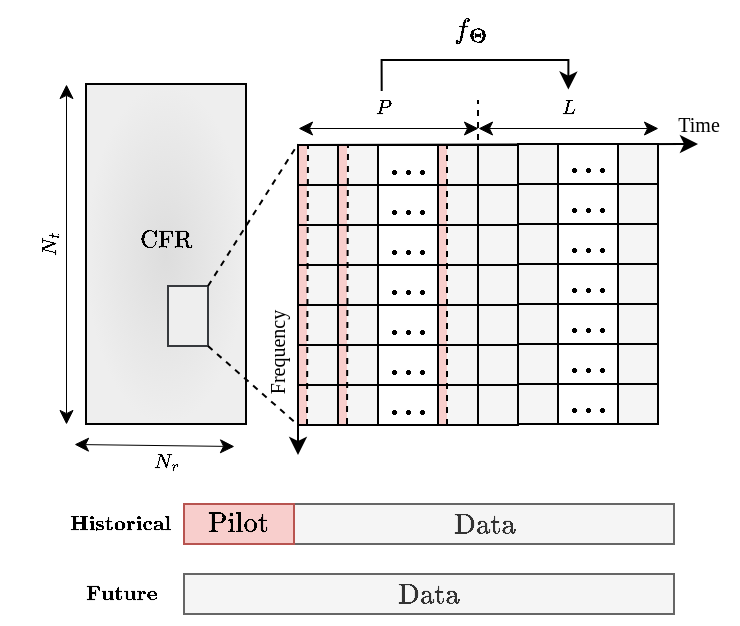
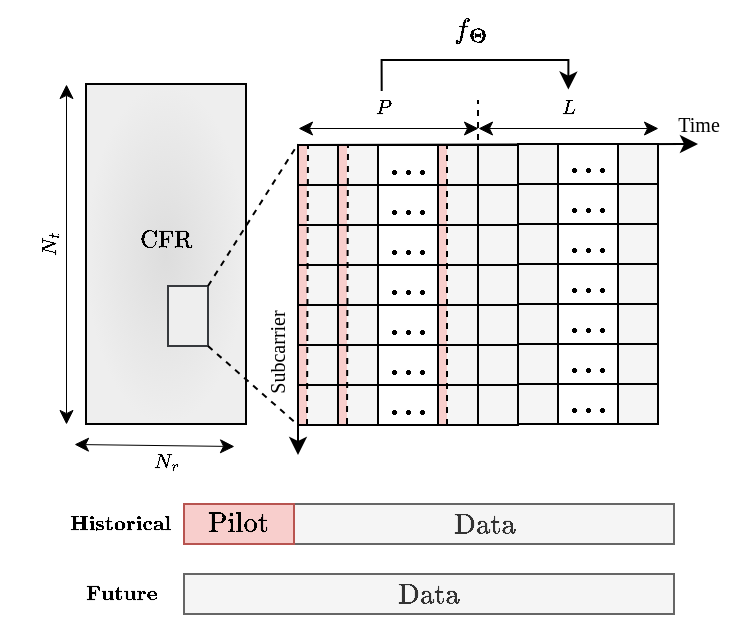
<mxfile host="app.diagrams.net" agent="Mozilla/5.0 (Macintosh; Intel Mac OS X 10_15_7) AppleWebKit/537.36 (KHTML, like Gecko) Chrome/141.0.0.0 Safari/537.36 Edg/141.0.0.0">
  <diagram name="第 1 页" id="D2adrHRu20BCA5vovUWD">
-     <mxGraphModel dx="774" dy="547" grid="1" gridSize="10" guides="1" tooltips="1" connect="1" arrows="1" fold="1" page="1" pageScale="1" pageWidth="850" pageHeight="1100" math="1" shadow="0">
+     <mxGraphModel dx="516" dy="365" grid="1" gridSize="10" guides="1" tooltips="1" connect="1" arrows="1" fold="1" page="1" pageScale="1" pageWidth="850" pageHeight="1100" math="1" shadow="0">
      <root>
        <mxCell id="0" />
        <mxCell id="1" parent="0" />
-         <mxCell id="vL8rOUMA7y1sfk7vwX27-157" parent="1" style="text;html=1;align=center;verticalAlign=middle;resizable=0;points=[];autosize=1;strokeColor=none;fillColor=none;rotation=-90;" value="&lt;font face=&quot;Times New Roman&quot; style=&quot;font-size: 10px;&quot;&gt;Frequency&lt;/font&gt;" vertex="1">
+         <mxCell id="vL8rOUMA7y1sfk7vwX27-157" parent="1" style="text;html=1;align=center;verticalAlign=middle;resizable=0;points=[];autosize=1;strokeColor=none;fillColor=none;rotation=-90;" value="&lt;font face=&quot;Times New Roman&quot;&gt;&lt;span style=&quot;font-size: 10px;&quot;&gt;Subcarrier&lt;/span&gt;&lt;/font&gt;" vertex="1">
          <mxGeometry height="30" width="70" x="140" y="199.5" as="geometry" />
        </mxCell>
        <mxCell id="vL8rOUMA7y1sfk7vwX27-163" parent="1" style="rounded=0;whiteSpace=wrap;html=1;fillColor=#DDDDDD;fillStyle=auto;gradientColor=#EEEEEE;gradientDirection=radial;" value="&lt;font face=&quot;Times New Roman&quot;&gt;\[\mathrm{CFR}\]&lt;/font&gt;&lt;div&gt;&lt;font face=&quot;Times New Roman&quot;&gt;&lt;span style=&quot;font-size: 10px;&quot;&gt;&lt;br&gt;&lt;/span&gt;&lt;/font&gt;&lt;/div&gt;" vertex="1">
          <mxGeometry height="170" width="80" x="80" y="80" as="geometry" />
        </mxCell>
        <mxCell id="vL8rOUMA7y1sfk7vwX27-164" parent="1" style="rounded=0;whiteSpace=wrap;html=1;rotation=0;fillColor=#eeeeee;strokeColor=#36393d;" value="" vertex="1">
          <mxGeometry height="30" width="20" x="121" y="181" as="geometry" />
        </mxCell>
        <mxCell id="vL8rOUMA7y1sfk7vwX27-165" edge="1" parent="1" source="vL8rOUMA7y1sfk7vwX27-164" style="endArrow=none;dashed=1;html=1;rounded=0;exitX=1;exitY=1;exitDx=0;exitDy=0;entryX=0;entryY=1;entryDx=0;entryDy=0;" target="vL8rOUMA7y1sfk7vwX27-77" value="">
          <mxGeometry height="50" relative="1" width="50" as="geometry">
            <mxPoint x="131" y="215" as="sourcePoint" />
            <mxPoint x="206" y="260" as="targetPoint" />
          </mxGeometry>
        </mxCell>
        <mxCell id="vL8rOUMA7y1sfk7vwX27-166" edge="1" parent="1" source="vL8rOUMA7y1sfk7vwX27-164" style="endArrow=none;dashed=1;html=1;rounded=0;exitX=1;exitY=0;exitDx=0;exitDy=0;" value="">
          <mxGeometry height="50" relative="1" width="50" as="geometry">
            <mxPoint x="131" y="185" as="sourcePoint" />
            <mxPoint x="186" y="110" as="targetPoint" />
          </mxGeometry>
        </mxCell>
        <mxCell id="vL8rOUMA7y1sfk7vwX27-167" edge="1" parent="1" style="endArrow=classic;startArrow=classic;html=1;rounded=0;strokeWidth=0.5;" value="">
          <mxGeometry height="50" relative="1" width="50" as="geometry">
            <mxPoint x="74" y="260" as="sourcePoint" />
            <mxPoint x="154" y="261" as="targetPoint" />
          </mxGeometry>
        </mxCell>
        <mxCell id="vL8rOUMA7y1sfk7vwX27-168" parent="1" style="text;html=1;align=center;verticalAlign=middle;resizable=0;points=[];autosize=1;strokeColor=none;fillColor=none;" value="&lt;font face=&quot;Times New Roman&quot; style=&quot;font-size: 10px;&quot;&gt;\[N_r\]&lt;/font&gt;" vertex="1">
          <mxGeometry height="30" width="50" x="95" y="254" as="geometry" />
        </mxCell>
        <mxCell id="vL8rOUMA7y1sfk7vwX27-169" parent="1" style="text;html=1;align=center;verticalAlign=middle;resizable=0;points=[];autosize=1;strokeColor=none;fillColor=none;rotation=-90;" value="&lt;font face=&quot;Times New Roman&quot; style=&quot;font-size: 10px;&quot;&gt;\[N_t\]&lt;/font&gt;" vertex="1">
          <mxGeometry height="30" width="50" x="37" y="145" as="geometry" />
        </mxCell>
        <mxCell id="vL8rOUMA7y1sfk7vwX27-170" edge="1" parent="1" style="endArrow=classic;startArrow=classic;html=1;rounded=0;strokeWidth=0.5;" value="">
          <mxGeometry height="50" relative="1" width="50" as="geometry">
            <mxPoint x="70" y="250" as="sourcePoint" />
            <mxPoint x="70" y="80" as="targetPoint" />
          </mxGeometry>
        </mxCell>
        <mxCell id="vL8rOUMA7y1sfk7vwX27-160" parent="1" style="text;html=1;align=center;verticalAlign=middle;resizable=0;points=[];autosize=1;strokeColor=none;fillColor=none;container=0;" value="&lt;font face=&quot;Times New Roman&quot; style=&quot;font-size: 10px;&quot;&gt;\[P\]&lt;/font&gt;" vertex="1">
          <mxGeometry height="40" width="30" x="213" y="72" as="geometry" />
        </mxCell>
        <mxCell id="vL8rOUMA7y1sfk7vwX27-162" parent="1" style="text;html=1;align=center;verticalAlign=middle;resizable=0;points=[];autosize=1;strokeColor=none;fillColor=none;container=0;" value="&lt;font face=&quot;Times New Roman&quot;&gt;&lt;span style=&quot;font-size: 10px;&quot;&gt;\[L\]&lt;/span&gt;&lt;/font&gt;" vertex="1">
          <mxGeometry height="40" width="30" x="306" y="72" as="geometry" />
        </mxCell>
        <mxCell id="vL8rOUMA7y1sfk7vwX27-196" parent="1" style="rounded=0;whiteSpace=wrap;html=1;fillColor=#f5f5f5;strokeColor=#666666;fontColor=#333333;" value="\[\mathrm{Data}\]" vertex="1">
          <mxGeometry height="20" width="190" x="184" y="290" as="geometry" />
        </mxCell>
        <mxCell id="vL8rOUMA7y1sfk7vwX27-197" parent="1" style="rounded=0;whiteSpace=wrap;html=1;fillColor=#f8cecc;strokeColor=#b85450;" value="\[\mathrm{Pilot}\]" vertex="1">
          <mxGeometry height="20" width="55" x="129" y="290" as="geometry" />
        </mxCell>
        <mxCell id="vL8rOUMA7y1sfk7vwX27-74" edge="1" parent="1" style="endArrow=classic;html=1;rounded=0;exitX=0;exitY=0;exitDx=0;exitDy=0;" value="">
          <mxGeometry height="50" relative="1" width="50" as="geometry">
            <mxPoint x="186" y="110.5" as="sourcePoint" />
            <mxPoint x="386" y="110" as="targetPoint" />
          </mxGeometry>
        </mxCell>
        <mxCell id="vL8rOUMA7y1sfk7vwX27-75" edge="1" parent="1" source="vL8rOUMA7y1sfk7vwX27-138" style="endArrow=classic;html=1;rounded=0;fillColor=#f5f5f5;strokeColor=#000000;exitX=0;exitY=0;exitDx=0;exitDy=0;" value="">
          <mxGeometry height="50" relative="1" width="50" as="geometry">
            <mxPoint x="186" y="90.5" as="sourcePoint" />
            <mxPoint x="186" y="265.5" as="targetPoint" />
          </mxGeometry>
        </mxCell>
        <mxCell id="vL8rOUMA7y1sfk7vwX27-158" edge="1" parent="1" style="endArrow=none;html=1;rounded=0;entryX=1;entryY=1;entryDx=0;entryDy=0;dashed=1;" value="">
          <mxGeometry height="50" relative="1" width="50" as="geometry">
            <mxPoint x="276" y="108" as="sourcePoint" />
            <mxPoint x="276" y="88" as="targetPoint" />
          </mxGeometry>
        </mxCell>
        <mxCell id="vL8rOUMA7y1sfk7vwX27-77" parent="1" style="rounded=0;whiteSpace=wrap;html=1;fillColor=#f5f5f5;strokeColor=#000000;container=0;fontColor=#333333;" value="" vertex="1">
          <mxGeometry height="20" width="20" x="186" y="230.5" as="geometry" />
        </mxCell>
        <mxCell id="vL8rOUMA7y1sfk7vwX27-78" parent="1" style="rounded=0;whiteSpace=wrap;html=1;fillColor=#f5f5f5;strokeColor=#000000;container=0;fontColor=#333333;" value="" vertex="1">
          <mxGeometry height="20" width="20" x="206" y="230.5" as="geometry" />
        </mxCell>
        <mxCell id="vL8rOUMA7y1sfk7vwX27-80" parent="1" style="rounded=0;whiteSpace=wrap;html=1;container=0;" value="&lt;b&gt;\[\mathbf{...}\]&lt;/b&gt;" vertex="1">
          <mxGeometry height="20" width="30" x="226" y="230.5" as="geometry" />
        </mxCell>
        <mxCell id="vL8rOUMA7y1sfk7vwX27-79" parent="1" style="rounded=0;whiteSpace=wrap;html=1;fillColor=#f5f5f5;strokeColor=#000000;container=0;fontColor=#333333;" value="" vertex="1">
          <mxGeometry height="20" width="20" x="256" y="230.5" as="geometry" />
        </mxCell>
        <mxCell id="vL8rOUMA7y1sfk7vwX27-90" parent="1" style="rounded=0;whiteSpace=wrap;html=1;fillColor=#f5f5f5;strokeColor=#000000;container=0;fontColor=#333333;" value="" vertex="1">
          <mxGeometry height="20" width="20" x="256" y="210.5" as="geometry" />
        </mxCell>
        <mxCell id="vL8rOUMA7y1sfk7vwX27-100" parent="1" style="rounded=0;whiteSpace=wrap;html=1;fillColor=#f5f5f5;strokeColor=#000000;container=0;fontColor=#333333;" value="" vertex="1">
          <mxGeometry height="20" width="20" x="256" y="170.5" as="geometry" />
        </mxCell>
        <mxCell id="vL8rOUMA7y1sfk7vwX27-110" parent="1" style="rounded=0;whiteSpace=wrap;html=1;fillColor=#f5f5f5;strokeColor=#000000;container=0;fontColor=#333333;" value="" vertex="1">
          <mxGeometry height="20" width="20" x="256" y="190.5" as="geometry" />
        </mxCell>
        <mxCell id="vL8rOUMA7y1sfk7vwX27-120" parent="1" style="rounded=0;whiteSpace=wrap;html=1;fillColor=#f5f5f5;strokeColor=#000000;container=0;fontColor=#333333;" value="" vertex="1">
          <mxGeometry height="20" width="20" x="256" y="150.5" as="geometry" />
        </mxCell>
        <mxCell id="vL8rOUMA7y1sfk7vwX27-130" parent="1" style="rounded=0;whiteSpace=wrap;html=1;fillColor=#f5f5f5;strokeColor=#000000;container=0;fontColor=#333333;" value="" vertex="1">
          <mxGeometry height="20" width="20" x="256" y="130.5" as="geometry" />
        </mxCell>
        <mxCell id="vL8rOUMA7y1sfk7vwX27-140" parent="1" style="rounded=0;whiteSpace=wrap;html=1;fillColor=#f5f5f5;strokeColor=#000000;container=0;fontColor=#333333;" value="" vertex="1">
          <mxGeometry height="20" width="20" x="256" y="110.5" as="geometry" />
        </mxCell>
        <mxCell id="vL8rOUMA7y1sfk7vwX27-161" edge="1" parent="1" style="endArrow=classic;startArrow=classic;html=1;rounded=0;strokeWidth=0.5;" value="">
          <mxGeometry height="50" relative="1" width="50" as="geometry">
            <mxPoint x="276" y="102" as="sourcePoint" />
            <mxPoint x="366" y="102" as="targetPoint" />
          </mxGeometry>
        </mxCell>
        <mxCell id="vL8rOUMA7y1sfk7vwX27-159" edge="1" parent="1" style="endArrow=classic;startArrow=classic;html=1;rounded=0;strokeWidth=0.5;" value="">
          <mxGeometry height="50" relative="1" width="50" as="geometry">
            <mxPoint x="186" y="102" as="sourcePoint" />
            <mxPoint x="276" y="102" as="targetPoint" />
          </mxGeometry>
        </mxCell>
        <mxCell id="vL8rOUMA7y1sfk7vwX27-146" parent="1" style="rounded=0;whiteSpace=wrap;html=1;fillColor=#f5f5f5;strokeColor=#000000;container=0;fontColor=#333333;" value="" vertex="1">
          <mxGeometry height="20" width="20" x="296" y="110" as="geometry" />
        </mxCell>
        <mxCell id="vL8rOUMA7y1sfk7vwX27-172" parent="1" style="rounded=0;whiteSpace=wrap;html=1;container=0;" value="&lt;b&gt;\[\mathbf{...}\]&lt;/b&gt;" vertex="1">
          <mxGeometry height="20" width="30" x="316" y="230" as="geometry" />
        </mxCell>
        <mxCell id="vL8rOUMA7y1sfk7vwX27-173" parent="1" style="rounded=0;whiteSpace=wrap;html=1;container=0;" value="&lt;b&gt;\[\mathbf{...}\]&lt;/b&gt;" vertex="1">
          <mxGeometry height="20" width="30" x="316" y="210" as="geometry" />
        </mxCell>
        <mxCell id="vL8rOUMA7y1sfk7vwX27-174" parent="1" style="rounded=0;whiteSpace=wrap;html=1;container=0;" value="&lt;b&gt;\[\mathbf{...}\]&lt;/b&gt;" vertex="1">
          <mxGeometry height="20" width="30" x="316" y="170" as="geometry" />
        </mxCell>
        <mxCell id="vL8rOUMA7y1sfk7vwX27-175" parent="1" style="rounded=0;whiteSpace=wrap;html=1;container=0;" value="&lt;b&gt;\[\mathbf{...}\]&lt;/b&gt;" vertex="1">
          <mxGeometry height="20" width="30" x="316" y="190" as="geometry" />
        </mxCell>
        <mxCell id="vL8rOUMA7y1sfk7vwX27-176" parent="1" style="rounded=0;whiteSpace=wrap;html=1;container=0;" value="&lt;b&gt;\[\mathbf{...}\]&lt;/b&gt;" vertex="1">
          <mxGeometry height="20" width="30" x="316" y="150" as="geometry" />
        </mxCell>
        <mxCell id="vL8rOUMA7y1sfk7vwX27-177" parent="1" style="rounded=0;whiteSpace=wrap;html=1;container=0;" value="&lt;b&gt;\[\mathbf{...}\]&lt;/b&gt;" vertex="1">
          <mxGeometry height="20" width="30" x="316" y="130" as="geometry" />
        </mxCell>
        <mxCell id="vL8rOUMA7y1sfk7vwX27-178" parent="1" style="rounded=0;whiteSpace=wrap;html=1;container=0;" value="&lt;b&gt;\[\mathbf{...}\]&lt;/b&gt;" vertex="1">
          <mxGeometry height="20" width="30" x="316" y="110" as="geometry" />
        </mxCell>
        <mxCell id="vL8rOUMA7y1sfk7vwX27-82" parent="1" style="rounded=0;whiteSpace=wrap;html=1;fillColor=#f5f5f5;strokeColor=#000000;container=0;fontColor=#333333;" value="" vertex="1">
          <mxGeometry height="20" width="20" x="346" y="230" as="geometry" />
        </mxCell>
        <mxCell id="vL8rOUMA7y1sfk7vwX27-93" parent="1" style="rounded=0;whiteSpace=wrap;html=1;fillColor=#f5f5f5;strokeColor=#000000;container=0;fontColor=#333333;" value="" vertex="1">
          <mxGeometry height="20" width="20" x="346" y="210" as="geometry" />
        </mxCell>
        <mxCell id="vL8rOUMA7y1sfk7vwX27-103" parent="1" style="rounded=0;whiteSpace=wrap;html=1;fillColor=#f5f5f5;strokeColor=#000000;container=0;fontColor=#333333;" value="" vertex="1">
          <mxGeometry height="20" width="20" x="346" y="170" as="geometry" />
        </mxCell>
        <mxCell id="vL8rOUMA7y1sfk7vwX27-113" parent="1" style="rounded=0;whiteSpace=wrap;html=1;fillColor=#f5f5f5;strokeColor=#000000;container=0;fontColor=#333333;" value="" vertex="1">
          <mxGeometry height="20" width="20" x="346" y="190" as="geometry" />
        </mxCell>
        <mxCell id="vL8rOUMA7y1sfk7vwX27-123" parent="1" style="rounded=0;whiteSpace=wrap;html=1;fillColor=#f5f5f5;strokeColor=#000000;container=0;fontColor=#333333;" value="" vertex="1">
          <mxGeometry height="20" width="20" x="346" y="150" as="geometry" />
        </mxCell>
        <mxCell id="vL8rOUMA7y1sfk7vwX27-133" parent="1" style="rounded=0;whiteSpace=wrap;html=1;fillColor=#f5f5f5;strokeColor=#000000;container=0;fontColor=#333333;" value="" vertex="1">
          <mxGeometry height="20" width="20" x="346" y="130" as="geometry" />
        </mxCell>
        <mxCell id="vL8rOUMA7y1sfk7vwX27-143" parent="1" style="rounded=0;whiteSpace=wrap;html=1;fillColor=#f5f5f5;strokeColor=#000000;container=0;fontColor=#333333;" value="" vertex="1">
          <mxGeometry height="20" width="20" x="346" y="110" as="geometry" />
        </mxCell>
        <mxCell id="vL8rOUMA7y1sfk7vwX27-85" parent="1" style="rounded=0;whiteSpace=wrap;html=1;fillColor=#f5f5f5;strokeColor=#000000;container=0;fontColor=#333333;" value="" vertex="1">
          <mxGeometry height="20" width="20" x="296" y="230" as="geometry" />
        </mxCell>
        <mxCell id="vL8rOUMA7y1sfk7vwX27-96" parent="1" style="rounded=0;whiteSpace=wrap;html=1;fillColor=#f5f5f5;strokeColor=#000000;container=0;fontColor=#333333;" value="" vertex="1">
          <mxGeometry height="20" width="20" x="296" y="210" as="geometry" />
        </mxCell>
        <mxCell id="vL8rOUMA7y1sfk7vwX27-106" parent="1" style="rounded=0;whiteSpace=wrap;html=1;fillColor=#f5f5f5;strokeColor=#000000;container=0;fontColor=#333333;" value="" vertex="1">
          <mxGeometry height="20" width="20" x="296" y="170" as="geometry" />
        </mxCell>
        <mxCell id="vL8rOUMA7y1sfk7vwX27-116" parent="1" style="rounded=0;whiteSpace=wrap;html=1;fillColor=#f5f5f5;strokeColor=#000000;container=0;fontColor=#333333;" value="" vertex="1">
          <mxGeometry height="20" width="20" x="296" y="190" as="geometry" />
        </mxCell>
        <mxCell id="vL8rOUMA7y1sfk7vwX27-126" parent="1" style="rounded=0;whiteSpace=wrap;html=1;fillColor=#f5f5f5;strokeColor=#000000;container=0;fontColor=#333333;" value="" vertex="1">
          <mxGeometry height="20" width="20" x="296" y="150" as="geometry" />
        </mxCell>
        <mxCell id="vL8rOUMA7y1sfk7vwX27-136" parent="1" style="rounded=0;whiteSpace=wrap;html=1;fillColor=#f5f5f5;strokeColor=#000000;container=0;fontColor=#333333;" value="" vertex="1">
          <mxGeometry height="20" width="20" x="296" y="130" as="geometry" />
        </mxCell>
        <mxCell id="vL8rOUMA7y1sfk7vwX27-86" parent="1" style="text;html=1;align=center;verticalAlign=middle;resizable=0;points=[];autosize=1;strokeColor=none;fillColor=none;container=0;" value="&lt;font face=&quot;Times New Roman&quot; style=&quot;font-size: 10px;&quot;&gt;Time&lt;/font&gt;" vertex="1">
          <mxGeometry height="30" width="40" x="366" y="85" as="geometry" />
        </mxCell>
        <mxCell id="vL8rOUMA7y1sfk7vwX27-118" parent="1" style="rounded=0;whiteSpace=wrap;html=1;fillColor=#f5f5f5;strokeColor=#000000;container=0;fontColor=#333333;" value="" vertex="1">
          <mxGeometry height="20" width="20" x="186" y="150.5" as="geometry" />
        </mxCell>
        <mxCell id="vL8rOUMA7y1sfk7vwX27-119" parent="1" style="rounded=0;whiteSpace=wrap;html=1;fillColor=#f5f5f5;strokeColor=#000000;container=0;fontColor=#333333;" value="" vertex="1">
          <mxGeometry height="20" width="20" x="206" y="150.5" as="geometry" />
        </mxCell>
        <mxCell id="vL8rOUMA7y1sfk7vwX27-121" parent="1" style="rounded=0;whiteSpace=wrap;html=1;container=0;" value="&lt;b&gt;\[\mathbf{...}\]&lt;/b&gt;" vertex="1">
          <mxGeometry height="20" width="30" x="226" y="150.5" as="geometry" />
        </mxCell>
        <mxCell id="vL8rOUMA7y1sfk7vwX27-88" parent="1" style="rounded=0;whiteSpace=wrap;html=1;fillColor=#f5f5f5;strokeColor=#000000;container=0;fontColor=#333333;" value="" vertex="1">
          <mxGeometry height="20" width="20" x="186" y="210.5" as="geometry" />
        </mxCell>
        <mxCell id="vL8rOUMA7y1sfk7vwX27-89" parent="1" style="rounded=0;whiteSpace=wrap;html=1;fillColor=#f5f5f5;strokeColor=#000000;container=0;fontColor=#333333;" value="" vertex="1">
          <mxGeometry height="20" width="20" x="206" y="210.5" as="geometry" />
        </mxCell>
        <mxCell id="vL8rOUMA7y1sfk7vwX27-91" parent="1" style="rounded=0;whiteSpace=wrap;html=1;container=0;" value="&lt;b&gt;\[\mathbf{...}\]&lt;/b&gt;" vertex="1">
          <mxGeometry height="20" width="30" x="226" y="210.5" as="geometry" />
        </mxCell>
        <mxCell id="vL8rOUMA7y1sfk7vwX27-98" parent="1" style="rounded=0;whiteSpace=wrap;html=1;fillColor=#f5f5f5;strokeColor=#000000;container=0;fontColor=#333333;" value="" vertex="1">
          <mxGeometry height="20" width="20" x="186" y="170.5" as="geometry" />
        </mxCell>
        <mxCell id="vL8rOUMA7y1sfk7vwX27-99" parent="1" style="rounded=0;whiteSpace=wrap;html=1;fillColor=#f5f5f5;strokeColor=#000000;container=0;fontColor=#333333;" value="" vertex="1">
          <mxGeometry height="20" width="20" x="206" y="170.5" as="geometry" />
        </mxCell>
        <mxCell id="vL8rOUMA7y1sfk7vwX27-101" parent="1" style="rounded=0;whiteSpace=wrap;html=1;container=0;" value="&lt;b&gt;\[\mathbf{...}\]&lt;/b&gt;" vertex="1">
          <mxGeometry height="20" width="30" x="226" y="170.5" as="geometry" />
        </mxCell>
        <mxCell id="vL8rOUMA7y1sfk7vwX27-285" parent="1" style="rounded=0;whiteSpace=wrap;html=1;fillColor=#f8cecc;strokeColor=none;dashed=1;container=0;glass=0;shadow=0;" value="" vertex="1">
          <mxGeometry height="19" width="4" x="256.5" y="151" as="geometry" />
        </mxCell>
        <mxCell id="vL8rOUMA7y1sfk7vwX27-108" parent="1" style="rounded=0;whiteSpace=wrap;html=1;fillColor=#f5f5f5;strokeColor=#000000;container=0;fontColor=#333333;" value="" vertex="1">
          <mxGeometry height="20" width="20" x="186" y="190.5" as="geometry" />
        </mxCell>
        <mxCell id="vL8rOUMA7y1sfk7vwX27-109" parent="1" style="rounded=0;whiteSpace=wrap;html=1;fillColor=#f5f5f5;strokeColor=#000000;container=0;fontColor=#333333;" value="" vertex="1">
          <mxGeometry height="20" width="20" x="206" y="190.5" as="geometry" />
        </mxCell>
        <mxCell id="vL8rOUMA7y1sfk7vwX27-111" parent="1" style="rounded=0;whiteSpace=wrap;html=1;container=0;" value="&lt;b&gt;\[\mathbf{...}\]&lt;/b&gt;" vertex="1">
          <mxGeometry height="20" width="30" x="226" y="190.5" as="geometry" />
        </mxCell>
        <mxCell id="vL8rOUMA7y1sfk7vwX27-128" parent="1" style="rounded=0;whiteSpace=wrap;html=1;fillColor=#f5f5f5;strokeColor=#000000;container=0;fontColor=#333333;" value="" vertex="1">
          <mxGeometry height="20" width="20" x="186" y="130.5" as="geometry" />
        </mxCell>
        <mxCell id="vL8rOUMA7y1sfk7vwX27-129" parent="1" style="rounded=0;whiteSpace=wrap;html=1;fillColor=#f5f5f5;strokeColor=#000000;container=0;fontColor=#333333;" value="" vertex="1">
          <mxGeometry height="20" width="20" x="206" y="130.5" as="geometry" />
        </mxCell>
        <mxCell id="vL8rOUMA7y1sfk7vwX27-131" parent="1" style="rounded=0;whiteSpace=wrap;html=1;container=0;" value="&lt;b&gt;\[\mathbf{...}\]&lt;/b&gt;" vertex="1">
          <mxGeometry height="20" width="30" x="226" y="130.5" as="geometry" />
        </mxCell>
        <mxCell id="vL8rOUMA7y1sfk7vwX27-138" parent="1" style="rounded=0;whiteSpace=wrap;html=1;fillColor=#f5f5f5;strokeColor=#000000;container=0;fontColor=#333333;" value="" vertex="1">
          <mxGeometry height="20" width="20" x="186" y="110.5" as="geometry" />
        </mxCell>
        <mxCell id="vL8rOUMA7y1sfk7vwX27-139" parent="1" style="rounded=0;whiteSpace=wrap;html=1;fillColor=#f5f5f5;strokeColor=#000000;container=0;fontColor=#333333;" value="" vertex="1">
          <mxGeometry height="20" width="20" x="206" y="110.5" as="geometry" />
        </mxCell>
        <mxCell id="vL8rOUMA7y1sfk7vwX27-141" parent="1" style="rounded=0;whiteSpace=wrap;html=1;container=0;" value="&lt;b&gt;\[\mathbf{...}\]&lt;/b&gt;" vertex="1">
          <mxGeometry height="20" width="30" x="226" y="110.5" as="geometry" />
        </mxCell>
        <mxCell id="vL8rOUMA7y1sfk7vwX27-288" parent="1" style="rounded=0;whiteSpace=wrap;html=1;fillColor=#f8cecc;strokeColor=none;dashed=1;container=0;glass=0;shadow=0;" value="" vertex="1">
          <mxGeometry height="19" width="4" x="256.5" y="131" as="geometry" />
        </mxCell>
        <mxCell id="vL8rOUMA7y1sfk7vwX27-289" parent="1" style="rounded=0;whiteSpace=wrap;html=1;fillColor=#f8cecc;strokeColor=none;dashed=1;container=0;glass=0;shadow=0;" value="" vertex="1">
          <mxGeometry height="19" width="4" x="256.5" y="111" as="geometry" />
        </mxCell>
        <mxCell id="vL8rOUMA7y1sfk7vwX27-291" parent="1" style="rounded=0;whiteSpace=wrap;html=1;fillColor=#f8cecc;strokeColor=none;dashed=1;container=0;glass=0;shadow=0;" value="" vertex="1">
          <mxGeometry height="19" width="4" x="256.5" y="171" as="geometry" />
        </mxCell>
        <mxCell id="vL8rOUMA7y1sfk7vwX27-292" parent="1" style="rounded=0;whiteSpace=wrap;html=1;fillColor=#f8cecc;strokeColor=none;dashed=1;container=0;glass=0;shadow=0;" value="" vertex="1">
          <mxGeometry height="19" width="4" x="256.5" y="191" as="geometry" />
        </mxCell>
        <mxCell id="vL8rOUMA7y1sfk7vwX27-293" parent="1" style="rounded=0;whiteSpace=wrap;html=1;fillColor=#f8cecc;strokeColor=none;dashed=1;container=0;glass=0;shadow=0;" value="" vertex="1">
          <mxGeometry height="19" width="4" x="256.5" y="211" as="geometry" />
        </mxCell>
        <mxCell id="vL8rOUMA7y1sfk7vwX27-294" parent="1" style="rounded=0;whiteSpace=wrap;html=1;fillColor=#f8cecc;strokeColor=none;dashed=1;container=0;glass=0;shadow=0;" value="" vertex="1">
          <mxGeometry height="19" width="4" x="256.5" y="231" as="geometry" />
        </mxCell>
        <mxCell id="vL8rOUMA7y1sfk7vwX27-303" parent="1" style="rounded=0;whiteSpace=wrap;html=1;fillColor=#f8cecc;strokeColor=none;dashed=1;container=0;glass=0;shadow=0;gradientColor=none;" value="" vertex="1">
          <mxGeometry height="19" width="4" x="206.5" y="151" as="geometry" />
        </mxCell>
        <mxCell id="vL8rOUMA7y1sfk7vwX27-304" parent="1" style="rounded=0;whiteSpace=wrap;html=1;fillColor=#f8cecc;strokeColor=none;dashed=1;container=0;glass=0;shadow=0;gradientColor=none;" value="" vertex="1">
          <mxGeometry height="19" width="4" x="206.5" y="131" as="geometry" />
        </mxCell>
        <mxCell id="vL8rOUMA7y1sfk7vwX27-305" parent="1" style="rounded=0;whiteSpace=wrap;html=1;fillColor=#f8cecc;strokeColor=none;dashed=1;container=0;glass=0;shadow=0;gradientColor=none;" value="" vertex="1">
          <mxGeometry height="19" width="4" x="206.5" y="111" as="geometry" />
        </mxCell>
        <mxCell id="vL8rOUMA7y1sfk7vwX27-307" parent="1" style="rounded=0;whiteSpace=wrap;html=1;fillColor=#f8cecc;strokeColor=none;dashed=1;container=0;glass=0;shadow=0;gradientColor=none;" value="" vertex="1">
          <mxGeometry height="19" width="4" x="206.5" y="171" as="geometry" />
        </mxCell>
        <mxCell id="vL8rOUMA7y1sfk7vwX27-308" parent="1" style="rounded=0;whiteSpace=wrap;html=1;fillColor=#f8cecc;strokeColor=none;dashed=1;container=0;glass=0;shadow=0;gradientColor=none;" value="" vertex="1">
          <mxGeometry height="19" width="4" x="206.5" y="191" as="geometry" />
        </mxCell>
        <mxCell id="vL8rOUMA7y1sfk7vwX27-309" parent="1" style="rounded=0;whiteSpace=wrap;html=1;fillColor=#f8cecc;strokeColor=none;dashed=1;container=0;glass=0;shadow=0;gradientColor=none;" value="" vertex="1">
          <mxGeometry height="19" width="4" x="206.5" y="211" as="geometry" />
        </mxCell>
        <mxCell id="vL8rOUMA7y1sfk7vwX27-310" parent="1" style="rounded=0;whiteSpace=wrap;html=1;fillColor=#f8cecc;strokeColor=none;dashed=1;container=0;glass=0;shadow=0;gradientColor=none;" value="" vertex="1">
          <mxGeometry height="19" width="4" x="206.5" y="231" as="geometry" />
        </mxCell>
        <mxCell id="vL8rOUMA7y1sfk7vwX27-311" parent="1" style="rounded=0;whiteSpace=wrap;html=1;fillColor=#f8cecc;strokeColor=none;dashed=1;container=0;glass=0;shadow=0;gradientColor=none;" value="" vertex="1">
          <mxGeometry height="19" width="4" x="186.5" y="151" as="geometry" />
        </mxCell>
        <mxCell id="vL8rOUMA7y1sfk7vwX27-312" parent="1" style="rounded=0;whiteSpace=wrap;html=1;fillColor=#f8cecc;strokeColor=none;dashed=1;container=0;glass=0;shadow=0;gradientColor=none;" value="" vertex="1">
          <mxGeometry height="19" width="4" x="186.5" y="131" as="geometry" />
        </mxCell>
        <mxCell id="vL8rOUMA7y1sfk7vwX27-313" parent="1" style="rounded=0;whiteSpace=wrap;html=1;fillColor=#f8cecc;strokeColor=none;dashed=1;container=0;glass=0;shadow=0;gradientColor=none;" value="" vertex="1">
          <mxGeometry height="19" width="4" x="186.5" y="111" as="geometry" />
        </mxCell>
        <mxCell id="vL8rOUMA7y1sfk7vwX27-315" parent="1" style="rounded=0;whiteSpace=wrap;html=1;fillColor=#f8cecc;strokeColor=none;dashed=1;container=0;glass=0;shadow=0;gradientColor=none;" value="" vertex="1">
          <mxGeometry height="19" width="4" x="186.5" y="171" as="geometry" />
        </mxCell>
        <mxCell id="vL8rOUMA7y1sfk7vwX27-316" parent="1" style="rounded=0;whiteSpace=wrap;html=1;fillColor=#f8cecc;strokeColor=none;dashed=1;container=0;glass=0;shadow=0;gradientColor=none;" value="" vertex="1">
          <mxGeometry height="19" width="4" x="186.5" y="191" as="geometry" />
        </mxCell>
        <mxCell id="vL8rOUMA7y1sfk7vwX27-317" parent="1" style="rounded=0;whiteSpace=wrap;html=1;fillColor=#f8cecc;strokeColor=none;dashed=1;container=0;glass=0;shadow=0;gradientColor=none;" value="" vertex="1">
          <mxGeometry height="19" width="4" x="186.5" y="211" as="geometry" />
        </mxCell>
        <mxCell id="vL8rOUMA7y1sfk7vwX27-318" parent="1" style="rounded=0;whiteSpace=wrap;html=1;fillColor=#f8cecc;strokeColor=none;dashed=1;container=0;glass=0;shadow=0;gradientColor=none;" value="" vertex="1">
          <mxGeometry height="19" width="4" x="186.5" y="231" as="geometry" />
        </mxCell>
        <mxCell id="vL8rOUMA7y1sfk7vwX27-319" edge="1" parent="1" style="endArrow=none;html=1;rounded=0;entryX=0.25;entryY=0;entryDx=0;entryDy=0;exitX=0.25;exitY=1;exitDx=0;exitDy=0;dashed=1;" target="vL8rOUMA7y1sfk7vwX27-138" value="">
          <mxGeometry height="50" relative="1" width="50" as="geometry">
            <mxPoint x="190.5" y="250.44000000000005" as="sourcePoint" />
            <mxPoint x="190.5" y="90.5" as="targetPoint" />
          </mxGeometry>
        </mxCell>
        <mxCell id="vL8rOUMA7y1sfk7vwX27-320" edge="1" parent="1" style="endArrow=none;html=1;rounded=0;entryX=0.25;entryY=0;entryDx=0;entryDy=0;exitX=0.25;exitY=1;exitDx=0;exitDy=0;dashed=1;" target="vL8rOUMA7y1sfk7vwX27-139" value="">
          <mxGeometry height="50" relative="1" width="50" as="geometry">
            <mxPoint x="210.5" y="250" as="sourcePoint" />
            <mxPoint x="210.5" y="90" as="targetPoint" />
          </mxGeometry>
        </mxCell>
        <mxCell id="vL8rOUMA7y1sfk7vwX27-321" edge="1" parent="1" style="endArrow=none;html=1;rounded=0;entryX=1;entryY=0;entryDx=0;entryDy=0;exitX=0.25;exitY=1;exitDx=0;exitDy=0;dashed=1;fillColor=#f8cecc;strokeColor=default;" target="vL8rOUMA7y1sfk7vwX27-289" value="">
          <mxGeometry height="50" relative="1" width="50" as="geometry">
            <mxPoint x="260.5" y="250.5" as="sourcePoint" />
            <mxPoint x="260.5" y="90.5" as="targetPoint" />
          </mxGeometry>
        </mxCell>
        <mxCell id="Gn2U-Ttxje1ux7aKBa8M-2" parent="1" style="rounded=0;whiteSpace=wrap;html=1;fillColor=#f5f5f5;strokeColor=#000000;container=0;fontColor=#333333;" value="" vertex="1">
          <mxGeometry height="20" width="20" x="276" y="110.5" as="geometry" />
        </mxCell>
        <mxCell id="Gn2U-Ttxje1ux7aKBa8M-4" parent="1" style="rounded=0;whiteSpace=wrap;html=1;fillColor=#f5f5f5;strokeColor=#000000;container=0;fontColor=#333333;" value="" vertex="1">
          <mxGeometry height="20" width="20" x="276" y="230.5" as="geometry" />
        </mxCell>
        <mxCell id="Gn2U-Ttxje1ux7aKBa8M-5" parent="1" style="rounded=0;whiteSpace=wrap;html=1;fillColor=#f5f5f5;strokeColor=#000000;container=0;fontColor=#333333;" value="" vertex="1">
          <mxGeometry height="20" width="20" x="276" y="210.5" as="geometry" />
        </mxCell>
        <mxCell id="Gn2U-Ttxje1ux7aKBa8M-6" parent="1" style="rounded=0;whiteSpace=wrap;html=1;fillColor=#f5f5f5;strokeColor=#000000;container=0;fontColor=#333333;" value="" vertex="1">
          <mxGeometry height="20" width="20" x="276" y="170.5" as="geometry" />
        </mxCell>
        <mxCell id="Gn2U-Ttxje1ux7aKBa8M-7" parent="1" style="rounded=0;whiteSpace=wrap;html=1;fillColor=#f5f5f5;strokeColor=#000000;container=0;fontColor=#333333;" value="" vertex="1">
          <mxGeometry height="20" width="20" x="276" y="190.5" as="geometry" />
        </mxCell>
        <mxCell id="Gn2U-Ttxje1ux7aKBa8M-8" parent="1" style="rounded=0;whiteSpace=wrap;html=1;fillColor=#f5f5f5;strokeColor=#000000;container=0;fontColor=#333333;" value="" vertex="1">
          <mxGeometry height="20" width="20" x="276" y="150.5" as="geometry" />
        </mxCell>
        <mxCell id="Gn2U-Ttxje1ux7aKBa8M-9" parent="1" style="rounded=0;whiteSpace=wrap;html=1;fillColor=#f5f5f5;strokeColor=#000000;container=0;fontColor=#333333;" value="" vertex="1">
          <mxGeometry height="20" width="20" x="276" y="130.5" as="geometry" />
        </mxCell>
        <mxCell id="Gn2U-Ttxje1ux7aKBa8M-15" parent="1" style="text;html=1;align=center;verticalAlign=middle;resizable=0;points=[];autosize=1;strokeColor=none;fillColor=none;container=0;" value="&lt;font face=&quot;Times New Roman&quot; style=&quot;font-size: 10px;&quot;&gt;\[\mathbf{Historical}\]&lt;/font&gt;" vertex="1">
          <mxGeometry height="30" width="120" x="37" y="285" as="geometry" />
        </mxCell>
        <mxCell id="Gn2U-Ttxje1ux7aKBa8M-16" parent="1" style="text;html=1;align=center;verticalAlign=middle;resizable=0;points=[];autosize=1;strokeColor=none;fillColor=none;container=0;" value="&lt;font face=&quot;Times New Roman&quot;&gt;&lt;span style=&quot;font-size: 10px;&quot;&gt;\[\mathbf{Future}\]&lt;/span&gt;&lt;/font&gt;" vertex="1">
          <mxGeometry height="30" width="100" x="47" y="320" as="geometry" />
        </mxCell>
        <mxCell id="Gn2U-Ttxje1ux7aKBa8M-19" edge="1" parent="1" style="edgeStyle=orthogonalEdgeStyle;rounded=0;orthogonalLoop=1;jettySize=auto;html=1;entryX=0.506;entryY=-0.005;entryDx=0;entryDy=0;entryPerimeter=0;exitX=0.495;exitY=0.014;exitDx=0;exitDy=0;exitPerimeter=0;">
          <mxGeometry relative="1" as="geometry">
            <Array as="points">
              <mxPoint x="228" y="68" />
              <mxPoint x="321" y="68" />
            </Array>
            <mxPoint x="227.84999999999997" y="83.56" as="sourcePoint" />
            <mxPoint x="321.17999999999995" y="82.80000000000001" as="targetPoint" />
          </mxGeometry>
        </mxCell>
        <mxCell id="Gn2U-Ttxje1ux7aKBa8M-20" parent="1" style="text;html=1;whiteSpace=wrap;strokeColor=none;fillColor=none;align=center;verticalAlign=middle;rounded=0;" value="\[f_\boldsymbol{\Theta}\]" vertex="1">
          <mxGeometry height="30" width="60" x="243" y="38" as="geometry" />
        </mxCell>
        <mxCell id="Gn2U-Ttxje1ux7aKBa8M-21" parent="1" style="rounded=0;whiteSpace=wrap;html=1;fillColor=#f5f5f5;strokeColor=#666666;fontColor=#333333;" value="\[\mathrm{Data}\]" vertex="1">
          <mxGeometry height="20" width="245" x="129" y="325" as="geometry" />
        </mxCell>
      </root>
    </mxGraphModel>
  </diagram>
</mxfile>
